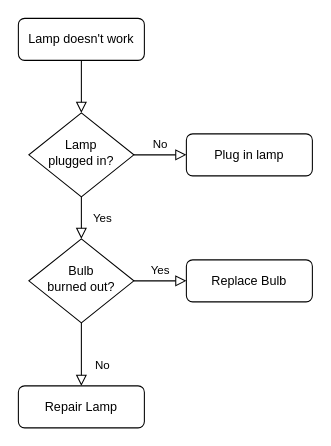
Before: Untitled Diagram.drawio in gecksta/gecksta, a draw.io diagram. Source tidied: cells renumbered, new cells numbered last; positions are measured from the earlier drawing's top-left corner, leaving out a move shared by most shapes. Both pictures are drawn from the tidied source at 105%, with x=0, y=0 at pixel (18, 18).
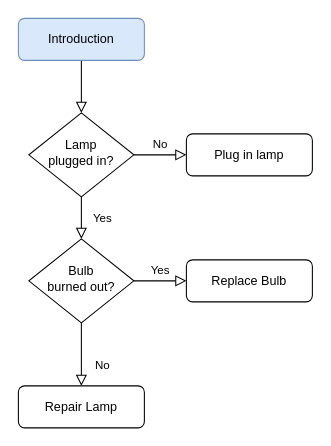
The same page after the edit.

Change to the diagram source:
```diff
@@
 <mxGraphModel>
   <root>
     <mxCell id="0" />
     <mxCell id="1" parent="0" />
     <mxCell id="2" style="rounded=0;html=1;jettySize=auto;fontSize=11;endArrow=block;endFill=0;endSize=8;strokeWidth=1;shadow=0;labelBackgroundColor=none;edgeStyle=orthogonalEdgeStyle;" parent="1" edge="1" source="3" target="6">
       <mxGeometry relative="1" as="geometry" />
     </mxCell>
-    <mxCell id="3" value="Lamp doesn't work" style="rounded=1;whiteSpace=wrap;html=1;fontSize=12;glass=0;strokeWidth=1;shadow=0;" parent="1" vertex="1">
+    <mxCell id="3" value="Introduction" style="rounded=1;whiteSpace=wrap;html=1;fontSize=12;glass=0;strokeWidth=1;shadow=0;fillColor=#dae8fc;strokeColor=#6c8ebf;" parent="1" vertex="1">
       <mxGeometry width="120" height="40" as="geometry" />
     </mxCell>
     <mxCell id="4" value="Yes" style="rounded=0;html=1;jettySize=auto;fontSize=11;endArrow=block;endFill=0;endSize=8;strokeWidth=1;shadow=0;labelBackgroundColor=none;edgeStyle=orthogonalEdgeStyle;" parent="1" edge="1" source="6" target="10">
       <mxGeometry y="20" relative="1" as="geometry" />
     </mxCell>
     <mxCell id="5" value="No" style="edgeStyle=orthogonalEdgeStyle;rounded=0;html=1;jettySize=auto;fontSize=11;endArrow=block;endFill=0;endSize=8;strokeWidth=1;shadow=0;labelBackgroundColor=none;" parent="1" edge="1" source="6" target="7">
       <mxGeometry y="10" relative="1" as="geometry" />
     </mxCell>
     <mxCell id="6" value="Lamp&lt;br&gt;plugged in?" style="rhombus;whiteSpace=wrap;html=1;shadow=0;fontFamily=Helvetica;fontSize=12;align=center;strokeWidth=1;spacing=6;spacingTop=-4;" parent="1" vertex="1">
       <mxGeometry x="10" y="90" width="100" height="80" as="geometry" />
     </mxCell>
     <mxCell id="7" value="Plug in lamp" style="rounded=1;whiteSpace=wrap;html=1;fontSize=12;glass=0;strokeWidth=1;shadow=0;" parent="1" vertex="1">
       <mxGeometry x="160" y="110" width="120" height="40" as="geometry" />
     </mxCell>
     <mxCell id="8" value="No" style="rounded=0;html=1;jettySize=auto;fontSize=11;endArrow=block;endFill=0;endSize=8;strokeWidth=1;shadow=0;labelBackgroundColor=none;edgeStyle=orthogonalEdgeStyle;" parent="1" edge="1" source="10" target="11">
       <mxGeometry x="0.33" y="20" relative="1" as="geometry" />
     </mxCell>
     <mxCell id="9" value="Yes" style="edgeStyle=orthogonalEdgeStyle;rounded=0;html=1;jettySize=auto;fontSize=11;endArrow=block;endFill=0;endSize=8;strokeWidth=1;shadow=0;labelBackgroundColor=none;" parent="1" edge="1" source="10" target="12">
       <mxGeometry y="10" relative="1" as="geometry" />
     </mxCell>
     <mxCell id="10" value="Bulb&lt;br&gt;burned out?" style="rhombus;whiteSpace=wrap;html=1;shadow=0;fontFamily=Helvetica;fontSize=12;align=center;strokeWidth=1;spacing=6;spacingTop=-4;" parent="1" vertex="1">
       <mxGeometry x="10" y="210" width="100" height="80" as="geometry" />
     </mxCell>
     <mxCell id="11" value="Repair Lamp" style="rounded=1;whiteSpace=wrap;html=1;fontSize=12;glass=0;strokeWidth=1;shadow=0;" parent="1" vertex="1">
       <mxGeometry y="350" width="120" height="40" as="geometry" />
     </mxCell>
     <mxCell id="12" value="Replace Bulb" style="rounded=1;whiteSpace=wrap;html=1;fontSize=12;glass=0;strokeWidth=1;shadow=0;" parent="1" vertex="1">
       <mxGeometry x="160" y="230" width="120" height="40" as="geometry" />
     </mxCell>
   </root>
 </mxGraphModel>
```
